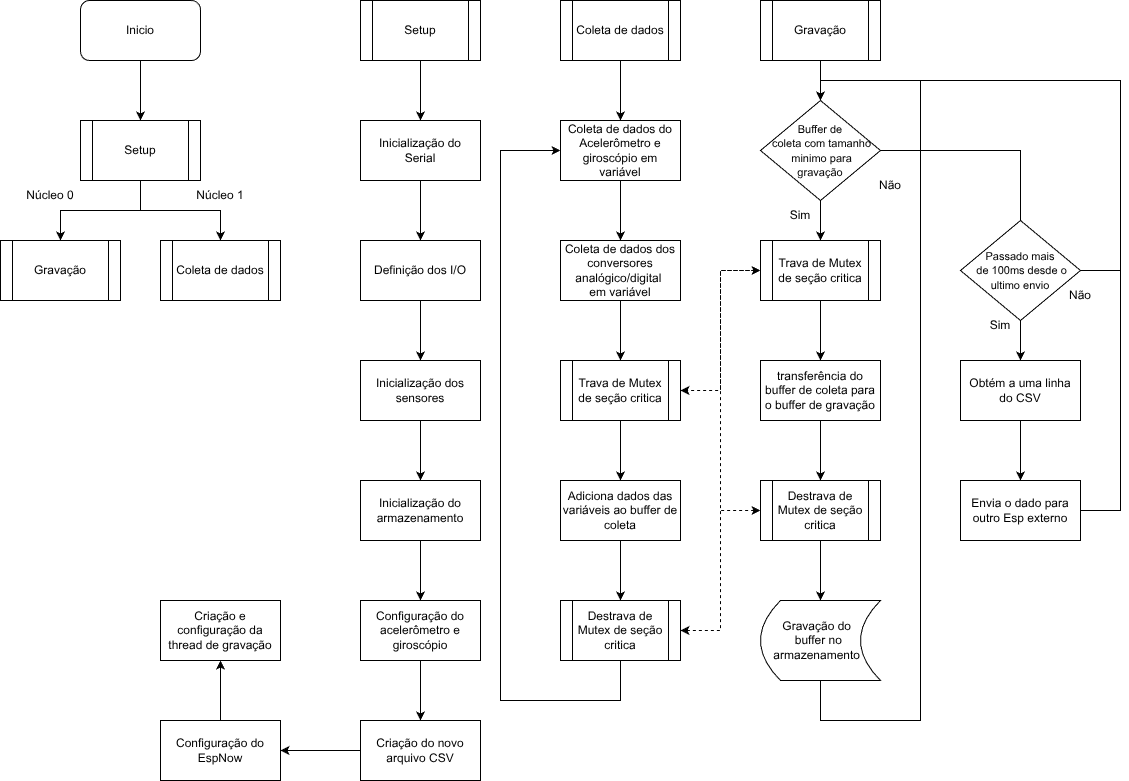
Earlier version of the draw.io export DTL.drawio.png (leollo98/Scud-Corrida). Source tidied: cells renumbered, new cells last; positions are measured from the earlier drawing's top-left corner, leaving out a move shared by most shapes.
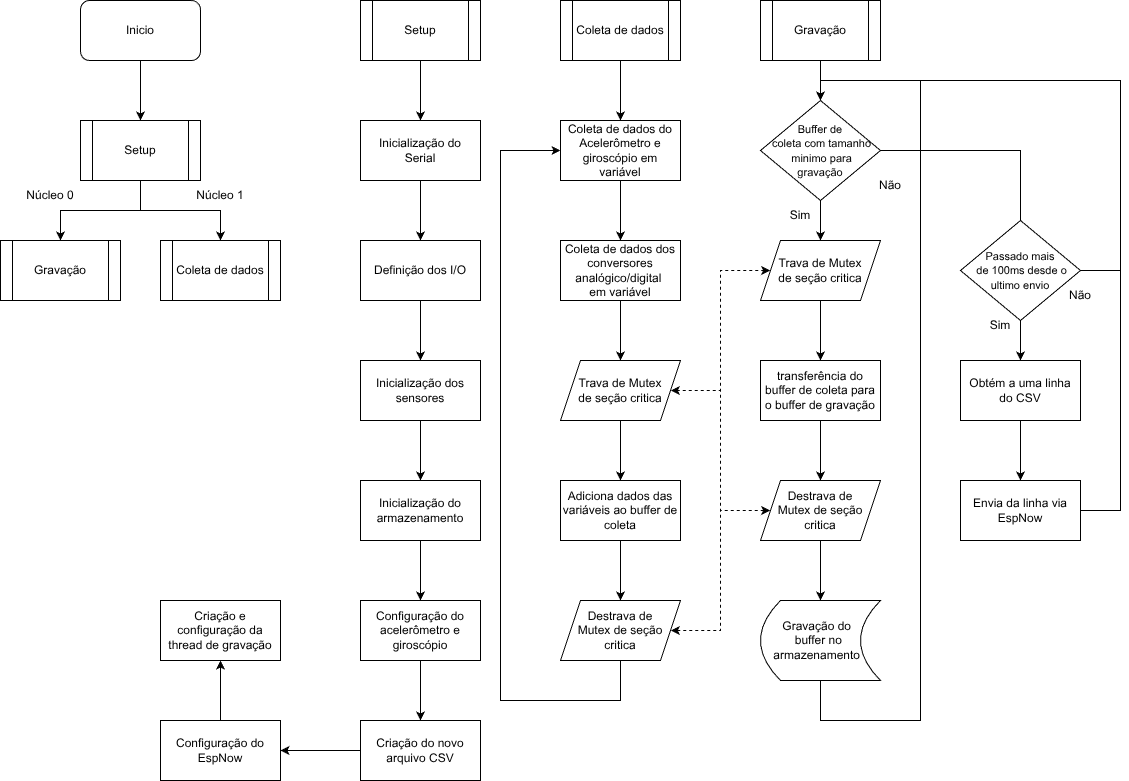
Later version of the same file.

Change to the diagram source:
```diff
@@ -105,8 +105,9 @@
     <mxCell id="32" value="Coleta de dados dos conversores analógico/digital&amp;nbsp;&lt;div&gt;em variável&lt;/div&gt;" style="rounded=0;whiteSpace=wrap;html=1;" parent="1" vertex="1">
       <mxGeometry x="560" y="240" width="120" height="60" as="geometry" />
     </mxCell>
-    <mxCell id="33" style="edgeStyle=orthogonalEdgeStyle;rounded=0;jettySize=auto;html=1;exitX=0.5;exitY=1;exitDx=0;exitDy=0;entryX=0;entryY=0.5;entryDx=0;entryDy=0;" parent="1" edge="1" source="56" target="30">
+    <mxCell id="33" style="edgeStyle=orthogonalEdgeStyle;rounded=0;jettySize=auto;html=1;exitX=0.5;exitY=1;exitDx=0;exitDy=0;entryX=0;entryY=0.5;entryDx=0;entryDy=0;" parent="1" edge="1" target="30">
       <mxGeometry relative="1" as="geometry">
+        <mxPoint x="620" y="660" as="sourcePoint" />
         <Array as="points">
           <mxPoint x="620" y="700" />
           <mxPoint x="500" y="700" />
@@ -114,8 +115,10 @@
         </Array>
       </mxGeometry>
     </mxCell>
-    <mxCell id="34" style="edgeStyle=orthogonalEdgeStyle;rounded=0;jettySize=auto;html=1;" parent="1" edge="1" source="35" target="54">
-      <mxGeometry relative="1" as="geometry" />
+    <mxCell id="34" style="edgeStyle=orthogonalEdgeStyle;rounded=0;jettySize=auto;html=1;" parent="1" edge="1" source="35">
+      <mxGeometry relative="1" as="geometry">
+        <mxPoint x="820" y="480" as="targetPoint" />
+      </mxGeometry>
     </mxCell>
     <mxCell id="35" value="transferência do buffer de coleta para o&amp;nbsp;&lt;span style=&quot;background-color: transparent; color: light-dark(rgb(0, 0, 0), rgb(255, 255, 255));&quot;&gt;buffer de gravação&lt;/span&gt;" style="rounded=0;whiteSpace=wrap;html=1;" parent="1" vertex="1">
       <mxGeometry x="760" y="360" width="120" height="60" as="geometry" />
@@ -133,8 +136,10 @@
     <mxCell id="37" value="Gravação do&amp;nbsp;&amp;nbsp;&lt;div&gt;buffer no&amp;nbsp; armazenamento&amp;nbsp;&amp;nbsp;&lt;/div&gt;" style="shape=dataStorage;whiteSpace=wrap;html=1;fixedSize=1;" parent="1" vertex="1">
       <mxGeometry x="760" y="600" width="120" height="80" as="geometry" />
     </mxCell>
-    <mxCell id="38" style="edgeStyle=orthogonalEdgeStyle;rounded=0;jettySize=auto;html=1;exitX=0.5;exitY=1;exitDx=0;exitDy=0;" parent="1" edge="1" source="54" target="37">
-      <mxGeometry relative="1" as="geometry" />
+    <mxCell id="38" style="edgeStyle=orthogonalEdgeStyle;rounded=0;jettySize=auto;html=1;exitX=0.5;exitY=1;exitDx=0;exitDy=0;" parent="1" edge="1" target="37">
+      <mxGeometry relative="1" as="geometry">
+        <mxPoint x="820" y="540" as="sourcePoint" />
+      </mxGeometry>
     </mxCell>
     <mxCell id="39" style="edgeStyle=orthogonalEdgeStyle;rounded=0;jettySize=auto;html=1;" parent="1" edge="1" source="41">
       <mxGeometry relative="1" as="geometry">
@@ -155,45 +160,30 @@
     <mxCell id="43" value="Sim" style="text;html=1;whiteSpace=wrap;strokeColor=none;fillColor=none;align=center;verticalAlign=middle;rounded=0;" parent="1" vertex="1">
       <mxGeometry x="770" y="200" width="60" height="30" as="geometry" />
     </mxCell>
-    <mxCell id="44" style="edgeStyle=orthogonalEdgeStyle;rounded=0;jettySize=auto;html=1;" parent="1" edge="1" source="45" target="56">
-      <mxGeometry relative="1" as="geometry" />
+    <mxCell id="44" style="edgeStyle=orthogonalEdgeStyle;rounded=0;jettySize=auto;html=1;" parent="1" edge="1" source="45">
+      <mxGeometry relative="1" as="geometry">
+        <mxPoint x="620" y="600" as="targetPoint" />
+      </mxGeometry>
     </mxCell>
     <mxCell id="45" value="Adiciona dados das variáveis ao buffer de coleta" style="rounded=0;whiteSpace=wrap;html=1;" parent="1" vertex="1">
       <mxGeometry x="560" y="480" width="120" height="60" as="geometry" />
     </mxCell>
-    <mxCell id="46" style="edgeStyle=orthogonalEdgeStyle;rounded=0;jettySize=auto;html=1;" parent="1" edge="1" source="47" target="45">
-      <mxGeometry relative="1" as="geometry" />
+    <mxCell id="46" style="edgeStyle=orthogonalEdgeStyle;rounded=0;jettySize=auto;html=1;" parent="1" edge="1" target="45">
+      <mxGeometry relative="1" as="geometry">
+        <mxPoint x="620" y="420" as="sourcePoint" />
+      </mxGeometry>
     </mxCell>
-    <mxCell id="47" value="Trava de Mutex de seção critica" style="shape=process;whiteSpace=wrap;html=1;backgroundOutline=1;" parent="1" vertex="1">
-      <mxGeometry x="560" y="360" width="120" height="60" as="geometry" />
-    </mxCell>
-    <mxCell id="48" style="edgeStyle=orthogonalEdgeStyle;rounded=0;jettySize=auto;html=1;exitX=0;exitY=0.5;exitDx=0;exitDy=0;entryX=1;entryY=0.5;entryDx=0;entryDy=0;startArrow=classic;startFill=1;dashed=1;" parent="1" edge="1" source="50" target="47">
-      <mxGeometry relative="1" as="geometry" />
-    </mxCell>
-    <mxCell id="49" style="edgeStyle=orthogonalEdgeStyle;rounded=0;jettySize=auto;html=1;" parent="1" edge="1" source="50" target="35">
-      <mxGeometry relative="1" as="geometry" />
+    <mxCell id="49" style="edgeStyle=orthogonalEdgeStyle;rounded=0;jettySize=auto;html=1;" parent="1" edge="1" target="35">
+      <mxGeometry relative="1" as="geometry">
+        <mxPoint x="820" y="300" as="sourcePoint" />
+      </mxGeometry>
     </mxCell>
-    <mxCell id="50" value="Trava de Mutex de seção critica" style="shape=process;whiteSpace=wrap;html=1;backgroundOutline=1;" parent="1" vertex="1">
-      <mxGeometry x="760" y="240" width="120" height="60" as="geometry" />
-    </mxCell>
     <mxCell id="51" style="edgeStyle=orthogonalEdgeStyle;rounded=0;jettySize=auto;html=1;" parent="1" edge="1" source="52" target="25">
       <mxGeometry relative="1" as="geometry" />
     </mxCell>
     <mxCell id="52" value="Setup" style="shape=process;whiteSpace=wrap;html=1;backgroundOutline=1;" parent="1" vertex="1">
       <mxGeometry x="80" y="120" width="120" height="60" as="geometry" />
     </mxCell>
-    <mxCell id="53" style="edgeStyle=orthogonalEdgeStyle;rounded=0;jettySize=auto;html=1;exitX=0;exitY=0.5;exitDx=0;exitDy=0;entryX=1;entryY=0.5;entryDx=0;entryDy=0;dashed=1;startArrow=classic;startFill=1;" parent="1" edge="1" source="54" target="47">
-      <mxGeometry relative="1" as="geometry" />
-    </mxCell>
-    <mxCell id="54" value="Destrava de Mutex de seção critica" style="shape=process;whiteSpace=wrap;html=1;backgroundOutline=1;" parent="1" vertex="1">
-      <mxGeometry x="760" y="480" width="120" height="60" as="geometry" />
-    </mxCell>
-    <mxCell id="55" style="edgeStyle=orthogonalEdgeStyle;rounded=0;jettySize=auto;html=1;exitX=1;exitY=0.5;exitDx=0;exitDy=0;entryX=0;entryY=0.5;entryDx=0;entryDy=0;dashed=1;startArrow=classic;startFill=1;" parent="1" edge="1" source="56" target="50">
-      <mxGeometry relative="1" as="geometry" />
-    </mxCell>
-    <mxCell id="56" value="Destrava de Mutex de seção critica" style="shape=process;whiteSpace=wrap;html=1;backgroundOutline=1;" parent="1" vertex="1">
-      <mxGeometry x="560" y="600" width="120" height="60" as="geometry" />
-    </mxCell>
     <mxCell id="57" value="Criação e configuração da thread de gravação" style="rounded=0;whiteSpace=wrap;html=1;" parent="1" vertex="1">
       <mxGeometry x="160" y="600" width="120" height="60" as="geometry" />
     </mxCell>
@@ -233,8 +223,36 @@
         </Array>
       </mxGeometry>
     </mxCell>
-    <mxCell id="66" value="Envia o dado para outro Esp externo" style="rounded=0;whiteSpace=wrap;html=1;" parent="1" vertex="1">
+    <mxCell id="66" value="Envia da linha via EspNow" style="rounded=0;whiteSpace=wrap;html=1;" parent="1" vertex="1">
       <mxGeometry x="960" y="480" width="120" height="60" as="geometry" />
     </mxCell>
+    <mxCell id="67" value="Trava de Mutex&lt;div&gt;&lt;span style=&quot;background-color: transparent; color: light-dark(rgb(0, 0, 0), rgb(255, 255, 255));&quot;&gt;de seção critica&lt;/span&gt;&lt;/div&gt;" style="shape=parallelogram;perimeter=parallelogramPerimeter;whiteSpace=wrap;html=1;fixedSize=1;strokeColor=default;align=center;verticalAlign=middle;fontFamily=Helvetica;fontSize=12;fontColor=default;fillColor=default;points=[[0,0,0,0,0],[0,0.25,0,0,0],[0,0.75,0,0,0],[0,1,0,0,0],[0.08,0.5,0,0,0],[0.25,0,0,0,0],[0.25,1,0,0,0],[0.5,0,0,0,0],[0.5,1,0,0,0],[0.75,0,0,0,0],[0.75,1,0,0,0],[0.92,0.5,0,0,0],[1,0,0,0,0],[1,0.25,0,0,0],[1,0.75,0,0,0],[1,1,0,0,0]];" parent="1" vertex="1">
+      <mxGeometry x="560" y="360" width="120" height="60" as="geometry" />
+    </mxCell>
+    <mxCell id="68" value="Trava de Mutex&lt;div&gt;&lt;span style=&quot;background-color: transparent; color: light-dark(rgb(0, 0, 0), rgb(255, 255, 255));&quot;&gt;de seção critica&lt;/span&gt;&lt;/div&gt;" style="shape=parallelogram;perimeter=parallelogramPerimeter;whiteSpace=wrap;html=1;fixedSize=1;strokeColor=default;align=center;verticalAlign=middle;fontFamily=Helvetica;fontSize=12;fontColor=default;fillColor=default;points=[[0,0,0,0,0],[0,0.25,0,0,0],[0,0.75,0,0,0],[0,1,0,0,0],[0.08,0.5,0,0,0],[0.25,0,0,0,0],[0.25,1,0,0,0],[0.5,0,0,0,0],[0.5,1,0,0,0],[0.75,0,0,0,0],[0.75,1,0,0,0],[0.92,0.5,0,0,0],[1,0,0,0,0],[1,0.25,0,0,0],[1,0.75,0,0,0],[1,1,0,0,0]];" parent="1" vertex="1">
+      <mxGeometry x="760" y="240" width="120" height="60" as="geometry" />
+    </mxCell>
+    <mxCell id="69" value="Destrava de&lt;div&gt;Mutex&amp;nbsp;&lt;span style=&quot;background-color: transparent; color: light-dark(rgb(0, 0, 0), rgb(255, 255, 255));&quot;&gt;de seção critica&lt;/span&gt;&lt;/div&gt;" style="shape=parallelogram;perimeter=parallelogramPerimeter;whiteSpace=wrap;html=1;fixedSize=1;strokeColor=default;align=center;verticalAlign=middle;fontFamily=Helvetica;fontSize=12;fontColor=default;fillColor=default;points=[[0,0,0,0,0],[0,0.25,0,0,0],[0,0.75,0,0,0],[0,1,0,0,0],[0.08,0.5,0,0,0],[0.25,0,0,0,0],[0.25,1,0,0,0],[0.5,0,0,0,0],[0.5,1,0,0,0],[0.75,0,0,0,0],[0.75,1,0,0,0],[0.92,0.5,0,0,0],[1,0,0,0,0],[1,0.25,0,0,0],[1,0.75,0,0,0],[1,1,0,0,0]];" parent="1" vertex="1">
+      <mxGeometry x="560" y="600" width="120" height="60" as="geometry" />
+    </mxCell>
+    <mxCell id="70" value="Destrava de&lt;div&gt;Mutex&amp;nbsp;&lt;span style=&quot;background-color: transparent; color: light-dark(rgb(0, 0, 0), rgb(255, 255, 255));&quot;&gt;de seção critica&lt;/span&gt;&lt;/div&gt;" style="shape=parallelogram;perimeter=parallelogramPerimeter;whiteSpace=wrap;html=1;fixedSize=1;strokeColor=default;align=center;verticalAlign=middle;fontFamily=Helvetica;fontSize=12;fontColor=default;fillColor=default;points=[[0,0,0,0,0],[0,0.25,0,0,0],[0,0.75,0,0,0],[0,1,0,0,0],[0.08,0.5,0,0,0],[0.25,0,0,0,0],[0.25,1,0,0,0],[0.5,0,0,0,0],[0.5,1,0,0,0],[0.75,0,0,0,0],[0.75,1,0,0,0],[0.92,0.5,0,0,0],[1,0,0,0,0],[1,0.25,0,0,0],[1,0.75,0,0,0],[1,1,0,0,0]];" parent="1" vertex="1">
+      <mxGeometry x="760" y="480" width="120" height="60" as="geometry" />
+    </mxCell>
+    <mxCell id="71" style="edgeStyle=orthogonalEdgeStyle;rounded=0;jettySize=auto;html=1;exitX=0.92;exitY=0.5;exitDx=0;exitDy=0;exitPerimeter=0;entryX=0.08;entryY=0.5;entryDx=0;entryDy=0;entryPerimeter=0;fontFamily=Helvetica;fontSize=12;fontColor=default;dashed=1;startArrow=classic;startFill=1;" parent="1" edge="1" source="69" target="68">
+      <mxGeometry relative="1" as="geometry">
+        <Array as="points">
+          <mxPoint x="720" y="630" />
+          <mxPoint x="720" y="270" />
+        </Array>
+      </mxGeometry>
+    </mxCell>
+    <mxCell id="72" style="edgeStyle=orthogonalEdgeStyle;rounded=0;jettySize=auto;html=1;exitX=0.08;exitY=0.5;exitDx=0;exitDy=0;exitPerimeter=0;entryX=0.92;entryY=0.5;entryDx=0;entryDy=0;entryPerimeter=0;fontFamily=Helvetica;fontSize=12;fontColor=default;startArrow=classic;startFill=1;dashed=1;" parent="1" edge="1" source="70" target="67">
+      <mxGeometry relative="1" as="geometry">
+        <Array as="points">
+          <mxPoint x="720" y="510" />
+          <mxPoint x="720" y="390" />
+        </Array>
+      </mxGeometry>
+    </mxCell>
   </root>
 </mxGraphModel>
```
